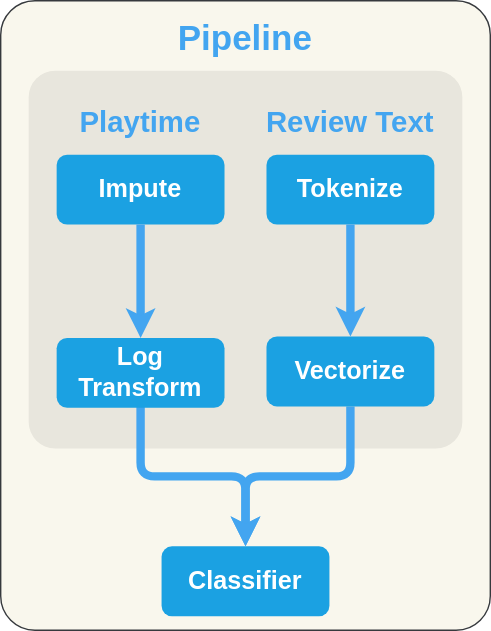
This is diagrams/pipeline.drawio.svg from KhaledElmorsy/game-review-classifier, a draw.io export, as it was before one commit. Source tidied: cells renumbered, new cells last; positions are measured from the earlier drawing's top-left corner, leaving out a move shared by most shapes.
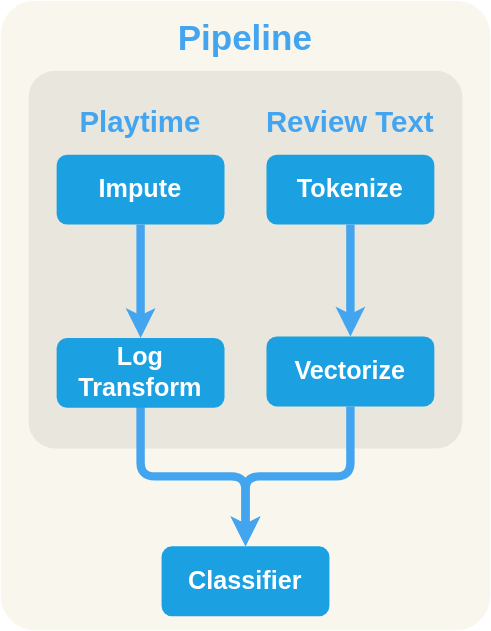
Later version of the same file.

Change to the diagram source:
```diff
@@ -2,7 +2,7 @@
   <root>
     <mxCell id="0" />
     <mxCell id="1" parent="0" />
-    <mxCell id="2" style="rounded=1;whiteSpace=wrap;html=1;arcSize=7;fillColor=#f9f7ed;strokeColor=#36393d;" parent="1" vertex="1">
+    <mxCell id="2" style="rounded=1;whiteSpace=wrap;html=1;arcSize=7;fillColor=#f9f7ed;strokeColor=none;" parent="1" vertex="1">
       <mxGeometry width="350" height="450" as="geometry" />
     </mxCell>
     <mxCell id="3" style="rounded=1;whiteSpace=wrap;html=1;arcSize=7;fillColor=#E8E6DD;strokeColor=none;" parent="1" vertex="1">
```
